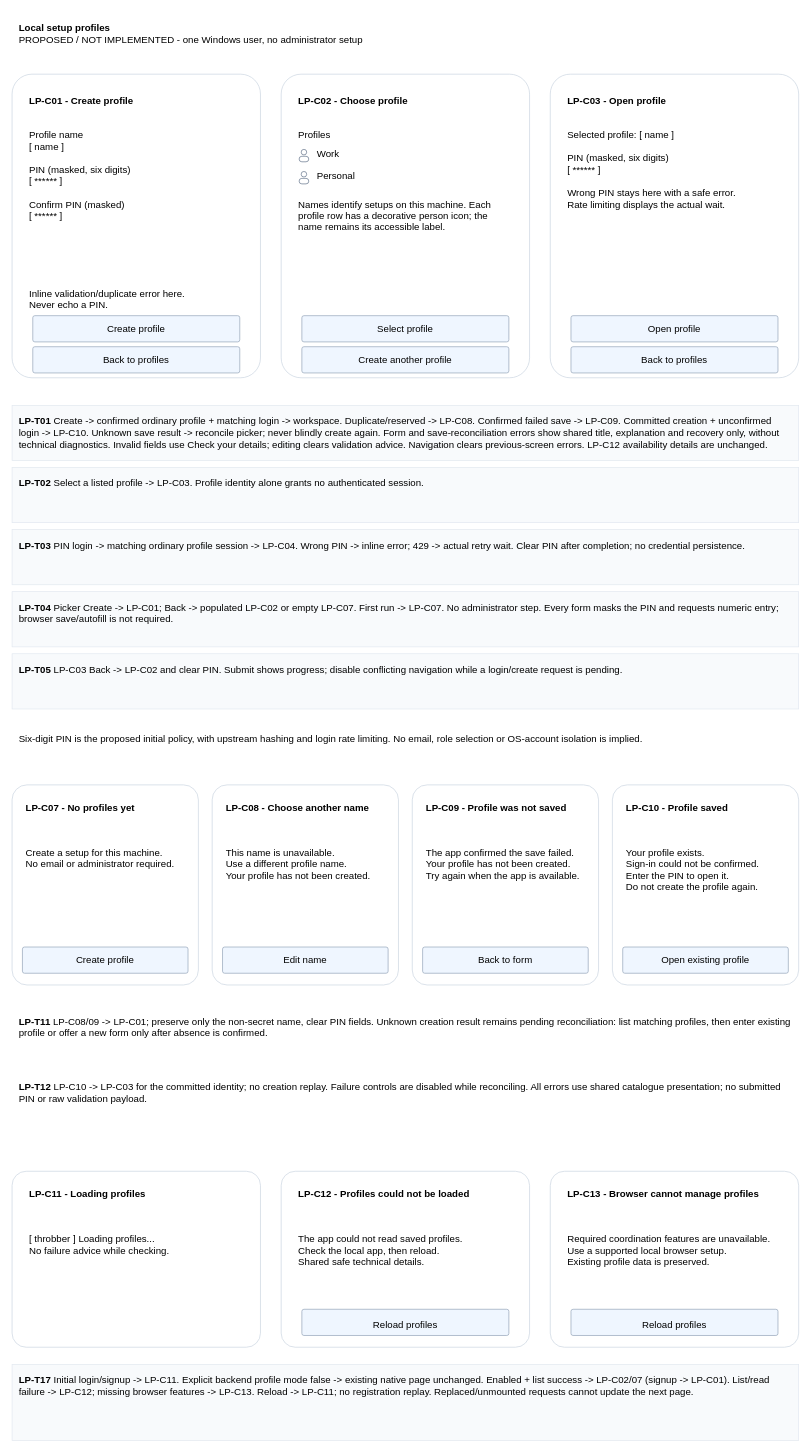
Earlier version of the draw.io diagram page "Create and enter a local profile" (1 of 2) of projects/laomedo/subsystems/agent-execution/design/local-profiles.drawio (amadou-6e/specs). Source tidied: cells renumbered, new cells numbered last; positions are measured from the earlier drawing's top-left corner, leaving out a move shared by most shapes. Both pictures are drawn from the tidied source at 69%, with x=0, y=0 at pixel (12, 12).
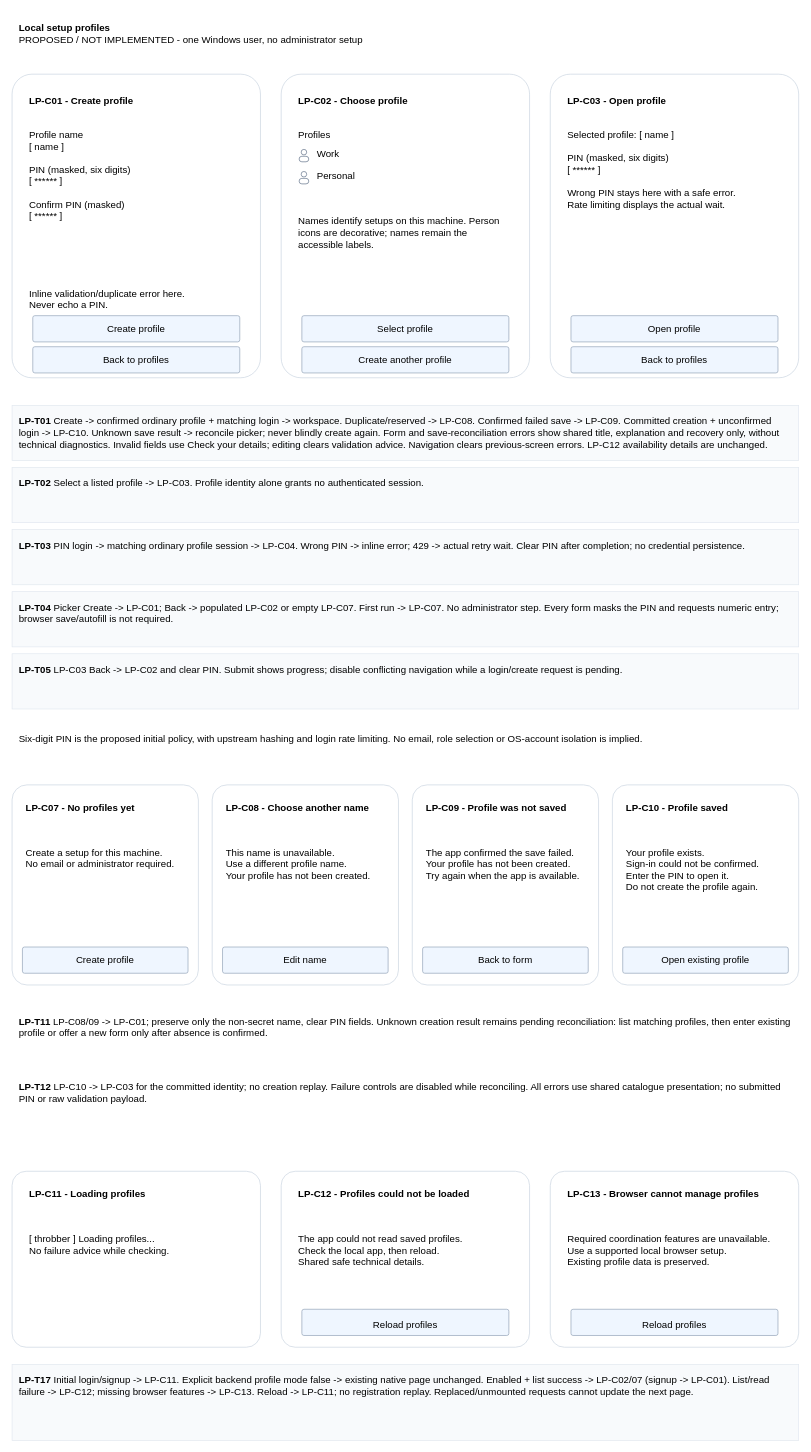
The same diagram, later.

Commit message:
Keep picker annotations separate from profile name rows

The edit, as a diff of the source:
```diff
@@
-    <mxCell id="13" value="Profiles&lt;br&gt;&lt;br&gt;&lt;br&gt;&lt;br&gt;&lt;br&gt;&lt;br&gt;Names identify setups on this machine. Each profile row has a decorative person icon; the name remains its accessible label." style="whiteSpace=wrap;html=1;fontFamily=Arial;fontSize=14;align=left;verticalAlign=top;spacing=10;fillColor=none;strokeColor=none;" parent="1" vertex="1">
+    <mxCell id="13" value="Profiles" style="whiteSpace=wrap;html=1;fontFamily=Arial;fontSize=14;align=left;verticalAlign=top;spacing=10;fillColor=none;strokeColor=none;" parent="1" vertex="1">
       <mxGeometry x="405" y="155" width="330" height="230" as="geometry" />
     </mxCell>
@@
+    <mxCell id="61" value="Names identify setups on this machine. Person icons are decorative; names remain the accessible labels." style="text;html=1;fontFamily=Arial;fontSize=14;align=left;verticalAlign=top;whiteSpace=wrap;spacing=10;fillColor=none;strokeColor=none;" parent="1" vertex="1">
+      <mxGeometry x="405" y="280" width="330" height="100" as="geometry" />
+    </mxCell>
```
